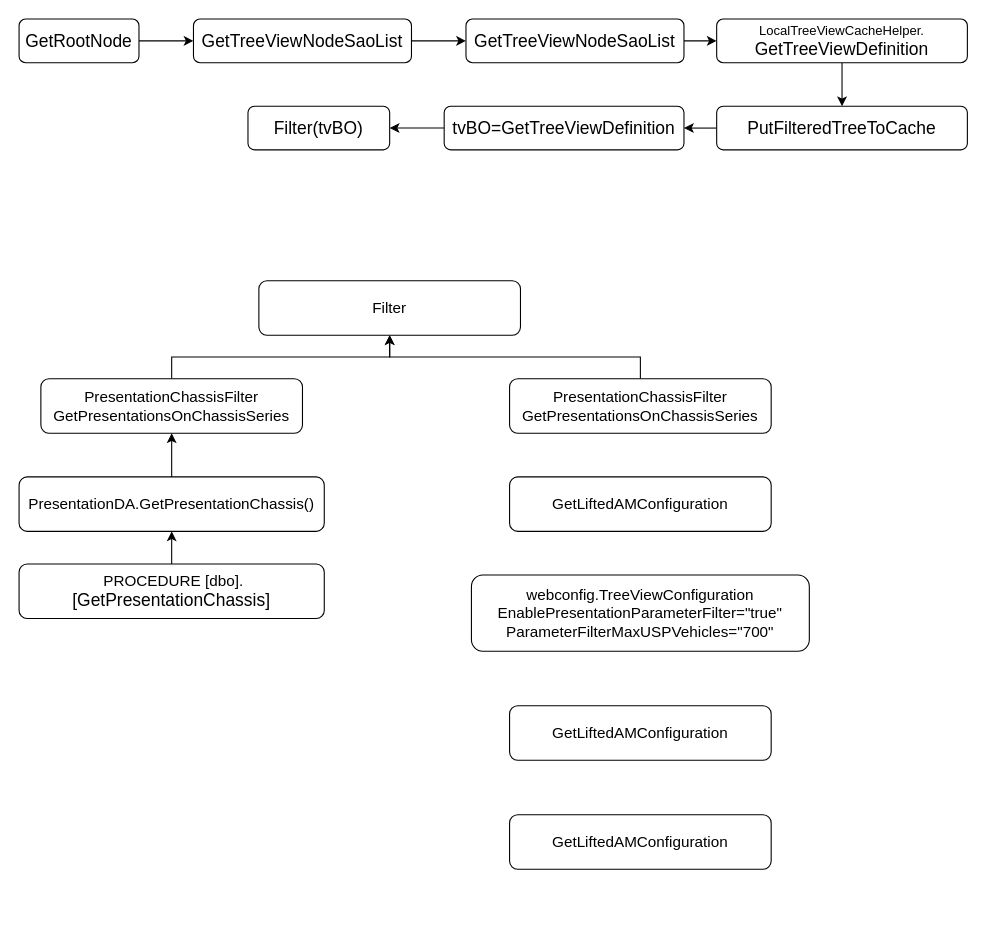
zpjune/Diagrams keeps this draw.io diagram as LatPopulation.drawio. Above is the earlier version. Source tidied: cells renumbered, new cells numbered last; positions are measured from the earlier drawing's top-left corner, leaving out a move shared by most shapes. Both pictures are drawn from the tidied source at 109%, with x=0, y=0 at pixel (19, 19).
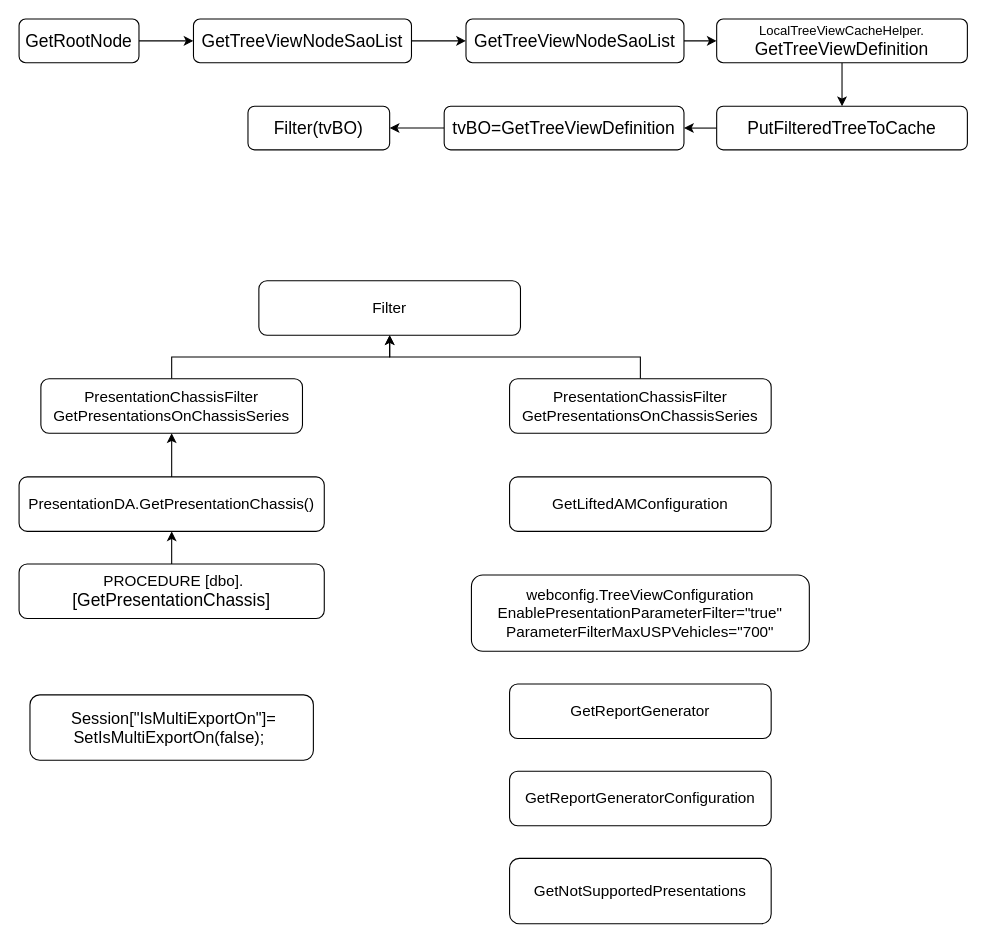
The same diagram, later.

The edit, as a diff of the source:
```diff
@@
-    <mxCell id="25" value="&lt;font style=&quot;font-size: 14px;&quot;&gt;GetLiftedAMConfiguration&lt;/font&gt;" style="rounded=1;whiteSpace=wrap;html=1;" parent="1" vertex="1">
-      <mxGeometry x="450" y="630" width="240" height="50" as="geometry" />
+    <mxCell id="25" value="&lt;font style=&quot;font-size: 14px;&quot;&gt;GetReportGenerator&lt;/font&gt;" style="rounded=1;whiteSpace=wrap;html=1;" parent="1" vertex="1">
+      <mxGeometry x="450" y="610" width="240" height="50" as="geometry" />
     </mxCell>
-    <mxCell id="26" value="&lt;font style=&quot;font-size: 14px;&quot;&gt;GetLiftedAMConfiguration&lt;/font&gt;" style="rounded=1;whiteSpace=wrap;html=1;" parent="1" vertex="1">
-      <mxGeometry x="450" y="730" width="240" height="50" as="geometry" />
+    <mxCell id="26" value="&lt;font style=&quot;font-size: 14px;&quot;&gt;GetReportGeneratorConfiguration&lt;/font&gt;" style="rounded=1;whiteSpace=wrap;html=1;" parent="1" vertex="1">
+      <mxGeometry x="450" y="690" width="240" height="50" as="geometry" />
     </mxCell>
@@
+    <mxCell id="28" value="&lt;font style=&quot;font-size: 14px;&quot;&gt;GetNotSupportedPresentations&lt;/font&gt;" style="rounded=1;whiteSpace=wrap;html=1;" parent="1" vertex="1">
+      <mxGeometry x="450" y="770" width="240" height="60" as="geometry" />
+    </mxCell>
+    <mxCell id="29" value="&lt;font style=&quot;font-size: 15px;&quot;&gt;&amp;nbsp;Session[&quot;IsMultiExportOn&quot;]=&lt;br&gt;SetIsMultiExportOn(false);&amp;nbsp;&lt;/font&gt;" style="rounded=1;whiteSpace=wrap;html=1;" parent="1" vertex="1">
+      <mxGeometry x="10" y="620" width="260" height="60" as="geometry" />
+    </mxCell>
```
